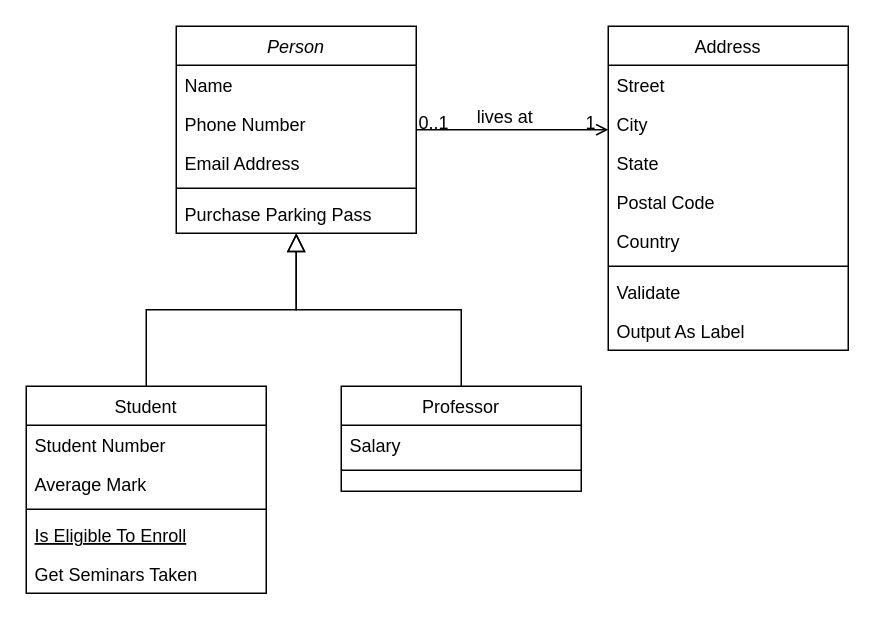
Above: ComantarioUML.drawio in oiminion/TrabalhoPOO2 (draw.io), before the change. Source tidied: cells renumbered, new cells numbered last; positions are measured from the earlier drawing's top-left corner, leaving out a move shared by most shapes. Both pictures are drawn from the tidied source at 150%, with x=0, y=0 at pixel (26, 26).
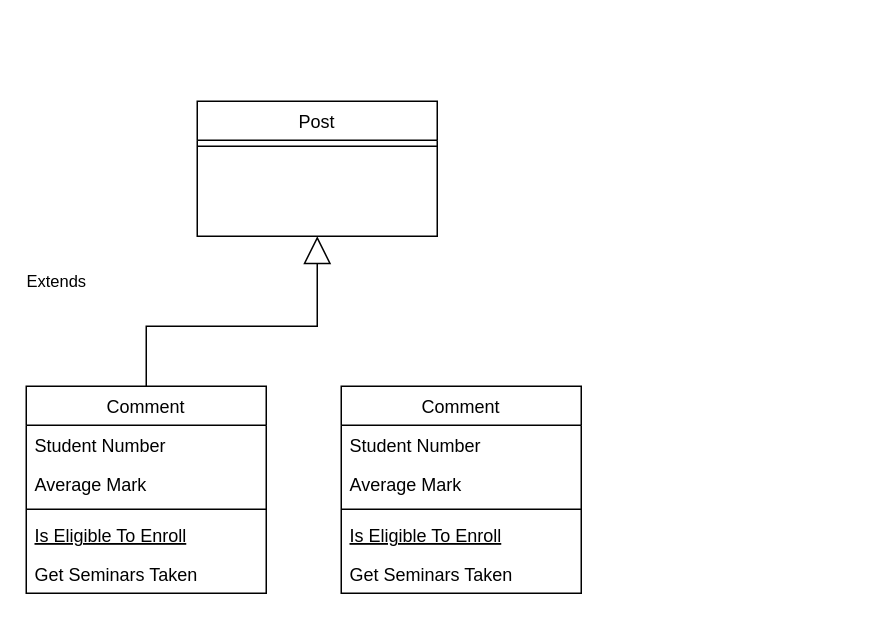
The same page after the edit.

Diff of the diagram source:
```diff
@@
-    <mxCell id="2" value="Person" style="swimlane;fontStyle=2;align=center;verticalAlign=top;horizontal=1;startSize=26;rounded=0;shadow=0;strokeWidth=1;" parent="1" vertex="1">
-      <mxGeometry x="100" width="160" height="138" as="geometry" />
-    </mxCell>
-    <mxCell id="3" value="Name" style="text;align=left;verticalAlign=top;spacingLeft=4;spacingRight=4;overflow=hidden;" parent="2" vertex="1">
-      <mxGeometry y="26" width="160" height="26" as="geometry" />
-    </mxCell>
-    <mxCell id="4" value="Phone Number" style="text;align=left;verticalAlign=top;spacingLeft=4;spacingRight=4;overflow=hidden;rounded=0;shadow=0;html=0;" parent="2" vertex="1">
-      <mxGeometry y="52" width="160" height="26" as="geometry" />
-    </mxCell>
-    <mxCell id="5" value="Email Address" style="text;align=left;verticalAlign=top;spacingLeft=4;spacingRight=4;overflow=hidden;rounded=0;shadow=0;html=0;" parent="2" vertex="1">
-      <mxGeometry y="78" width="160" height="26" as="geometry" />
-    </mxCell>
-    <mxCell id="6" style="line;html=1;strokeWidth=1;align=left;verticalAlign=middle;spacingTop=-1;spacingLeft=3;spacingRight=3;labelPosition=right;" parent="2" vertex="1">
-      <mxGeometry y="104" width="160" height="8" as="geometry" />
-    </mxCell>
-    <mxCell id="7" value="Purchase Parking Pass" style="text;align=left;verticalAlign=top;spacingLeft=4;spacingRight=4;overflow=hidden;" parent="2" vertex="1">
-      <mxGeometry y="112" width="160" height="26" as="geometry" />
-    </mxCell>
-    <mxCell id="8" value="Student" style="swimlane;fontStyle=0;align=center;verticalAlign=top;horizontal=1;startSize=26;rounded=0;shadow=0;strokeWidth=1;" parent="1" vertex="1">
+    <mxCell id="8" value="Comment" style="swimlane;fontStyle=0;align=center;verticalAlign=top;horizontal=1;startSize=26;rounded=0;shadow=0;strokeWidth=1;" parent="1" vertex="1">
       <mxGeometry y="240" width="160" height="138" as="geometry" />
     </mxCell>
@@
-    <mxCell id="14" style="endArrow=block;endSize=10;endFill=0;shadow=0;strokeWidth=1;rounded=0;curved=0;edgeStyle=elbowEdgeStyle;elbow=vertical;" parent="1" edge="1" source="8" target="2">
-      <mxGeometry relative="1" as="geometry" />
-    </mxCell>
-    <mxCell id="15" value="Professor" style="swimlane;fontStyle=0;align=center;verticalAlign=top;horizontal=1;startSize=26;rounded=0;shadow=0;strokeWidth=1;" parent="1" vertex="1">
-      <mxGeometry x="210" y="240" width="160" height="70" as="geometry" />
-    </mxCell>
-    <mxCell id="16" value="Salary" style="text;align=left;verticalAlign=top;spacingLeft=4;spacingRight=4;overflow=hidden;" parent="15" vertex="1">
-      <mxGeometry y="26" width="160" height="26" as="geometry" />
-    </mxCell>
-    <mxCell id="17" style="line;html=1;strokeWidth=1;align=left;verticalAlign=middle;spacingTop=-1;spacingLeft=3;spacingRight=3;labelPosition=right;" parent="15" vertex="1">
-      <mxGeometry y="52" width="160" height="8" as="geometry" />
-    </mxCell>
-    <mxCell id="18" style="endArrow=block;endSize=10;endFill=0;shadow=0;strokeWidth=1;rounded=0;curved=0;edgeStyle=elbowEdgeStyle;elbow=vertical;" parent="1" edge="1" source="15" target="2">
-      <mxGeometry relative="1" as="geometry" />
-    </mxCell>
-    <mxCell id="19" value="Address" style="swimlane;fontStyle=0;align=center;verticalAlign=top;horizontal=1;startSize=26;rounded=0;shadow=0;strokeWidth=1;" parent="1" vertex="1">
-      <mxGeometry x="388" width="160" height="216" as="geometry" />
-    </mxCell>
-    <mxCell id="20" value="Street" style="text;align=left;verticalAlign=top;spacingLeft=4;spacingRight=4;overflow=hidden;" parent="19" vertex="1">
-      <mxGeometry y="26" width="160" height="26" as="geometry" />
-    </mxCell>
-    <mxCell id="21" value="City" style="text;align=left;verticalAlign=top;spacingLeft=4;spacingRight=4;overflow=hidden;rounded=0;shadow=0;html=0;" parent="19" vertex="1">
-      <mxGeometry y="52" width="160" height="26" as="geometry" />
-    </mxCell>
-    <mxCell id="22" value="State" style="text;align=left;verticalAlign=top;spacingLeft=4;spacingRight=4;overflow=hidden;rounded=0;shadow=0;html=0;" parent="19" vertex="1">
-      <mxGeometry y="78" width="160" height="26" as="geometry" />
-    </mxCell>
-    <mxCell id="23" value="Postal Code" style="text;align=left;verticalAlign=top;spacingLeft=4;spacingRight=4;overflow=hidden;rounded=0;shadow=0;html=0;" parent="19" vertex="1">
-      <mxGeometry y="104" width="160" height="26" as="geometry" />
-    </mxCell>
-    <mxCell id="24" value="Country" style="text;align=left;verticalAlign=top;spacingLeft=4;spacingRight=4;overflow=hidden;rounded=0;shadow=0;html=0;" parent="19" vertex="1">
-      <mxGeometry y="130" width="160" height="26" as="geometry" />
-    </mxCell>
-    <mxCell id="25" style="line;html=1;strokeWidth=1;align=left;verticalAlign=middle;spacingTop=-1;spacingLeft=3;spacingRight=3;labelPosition=right;" parent="19" vertex="1">
-      <mxGeometry y="156" width="160" height="8" as="geometry" />
-    </mxCell>
-    <mxCell id="26" value="Validate" style="text;align=left;verticalAlign=top;spacingLeft=4;spacingRight=4;overflow=hidden;" parent="19" vertex="1">
-      <mxGeometry y="164" width="160" height="26" as="geometry" />
-    </mxCell>
-    <mxCell id="27" value="Output As Label" style="text;align=left;verticalAlign=top;spacingLeft=4;spacingRight=4;overflow=hidden;" parent="19" vertex="1">
-      <mxGeometry y="190" width="160" height="26" as="geometry" />
-    </mxCell>
-    <mxCell id="28" style="endArrow=open;shadow=0;strokeWidth=1;rounded=0;curved=0;endFill=1;edgeStyle=elbowEdgeStyle;elbow=vertical;" parent="1" edge="1" source="2" target="19">
-      <mxGeometry x="0.5" y="41" relative="1" as="geometry">
-        <mxPoint x="-40" y="32" as="offset" />
-      </mxGeometry>
-    </mxCell>
-    <mxCell id="29" value="0..1" style="align=left;verticalAlign=bottom;labelBackgroundColor=none;fontSize=12;" parent="28" vertex="1">
-      <mxGeometry x="-1" relative="1" as="geometry">
-        <mxPoint y="4" as="offset" />
-      </mxGeometry>
-    </mxCell>
-    <mxCell id="30" value="1" style="align=right;verticalAlign=bottom;labelBackgroundColor=none;fontSize=12;" parent="28" vertex="1">
-      <mxGeometry x="1" relative="1" as="geometry">
-        <mxPoint x="-7" y="4" as="offset" />
-      </mxGeometry>
-    </mxCell>
-    <mxCell id="31" value="lives at" style="text;html=1;align=center;verticalAlign=middle;labelBackgroundColor=none;rounded=0;shadow=0;strokeWidth=1;fontSize=12;" parent="28" vertex="1">
-      <mxGeometry x="0.5" y="49" relative="1" as="geometry">
-        <mxPoint x="-38" y="40" as="offset" />
-      </mxGeometry>
-    </mxCell>
+    <mxCell id="32" value="Comment" style="swimlane;fontStyle=0;align=center;verticalAlign=top;horizontal=1;startSize=26;rounded=0;shadow=0;strokeWidth=1;" parent="1" vertex="1">
+      <mxGeometry x="210" y="240" width="160" height="138" as="geometry" />
+    </mxCell>
+    <mxCell id="33" value="Student Number" style="text;align=left;verticalAlign=top;spacingLeft=4;spacingRight=4;overflow=hidden;" parent="32" vertex="1">
+      <mxGeometry y="26" width="160" height="26" as="geometry" />
+    </mxCell>
+    <mxCell id="34" value="Average Mark" style="text;align=left;verticalAlign=top;spacingLeft=4;spacingRight=4;overflow=hidden;rounded=0;shadow=0;html=0;" parent="32" vertex="1">
+      <mxGeometry y="52" width="160" height="26" as="geometry" />
+    </mxCell>
+    <mxCell id="35" style="line;html=1;strokeWidth=1;align=left;verticalAlign=middle;spacingTop=-1;spacingLeft=3;spacingRight=3;labelPosition=right;" parent="32" vertex="1">
+      <mxGeometry y="78" width="160" height="8" as="geometry" />
+    </mxCell>
+    <mxCell id="36" value="Is Eligible To Enroll" style="text;align=left;verticalAlign=top;spacingLeft=4;spacingRight=4;overflow=hidden;fontStyle=4;" parent="32" vertex="1">
+      <mxGeometry y="86" width="160" height="26" as="geometry" />
+    </mxCell>
+    <mxCell id="37" value="Get Seminars Taken" style="text;align=left;verticalAlign=top;spacingLeft=4;spacingRight=4;overflow=hidden;" parent="32" vertex="1">
+      <mxGeometry y="112" width="160" height="26" as="geometry" />
+    </mxCell>
+    <mxCell id="38" value="Post&#10;" style="swimlane;fontStyle=0;align=center;verticalAlign=top;horizontal=1;startSize=26;rounded=0;shadow=0;strokeWidth=1;" parent="1" vertex="1">
+      <mxGeometry x="114" y="50" width="160" height="90" as="geometry" />
+    </mxCell>
+    <mxCell id="39" style="line;html=1;strokeWidth=1;align=left;verticalAlign=middle;spacingTop=-1;spacingLeft=3;spacingRight=3;labelPosition=right;" parent="38" vertex="1">
+      <mxGeometry y="26" width="160" height="8" as="geometry" />
+    </mxCell>
+    <mxCell id="40" value="Extends" style="endArrow=block;endSize=16;endFill=0;html=1;rounded=0;exitX=0.5;exitY=0;exitDx=0;exitDy=0;entryX=0.5;entryY=1;entryDx=0;entryDy=0;" parent="1" edge="1" source="8" target="38">
+      <mxGeometry x="-0.63" y="67" relative="1" as="geometry">
+        <Array as="points">
+          <mxPoint x="80" y="200" />
+          <mxPoint x="194" y="200" />
+        </Array>
+        <mxPoint x="-60" y="37" as="offset" />
+      </mxGeometry>
+    </mxCell>
```
